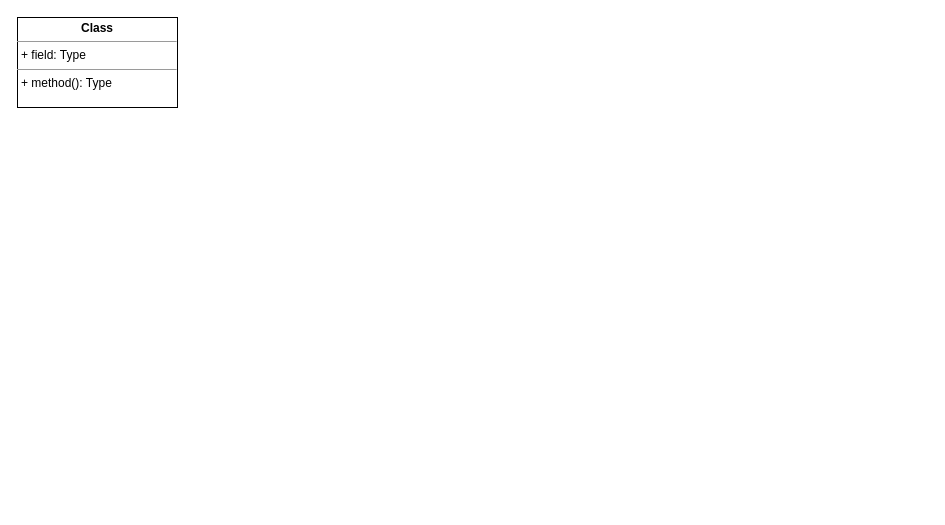
leonardosetti/FATECTq keeps this draw.io diagram as IES300/atividades/diagrama_de_classes/atv_diagrama_de_classes.drawio. Above is the earlier version. Source tidied: cells renumbered, new cells numbered last; positions are measured from the earlier drawing's top-left corner, leaving out a move shared by most shapes. Both pictures are drawn from the tidied source at 100%, with x=0, y=0 at pixel (17, 17).
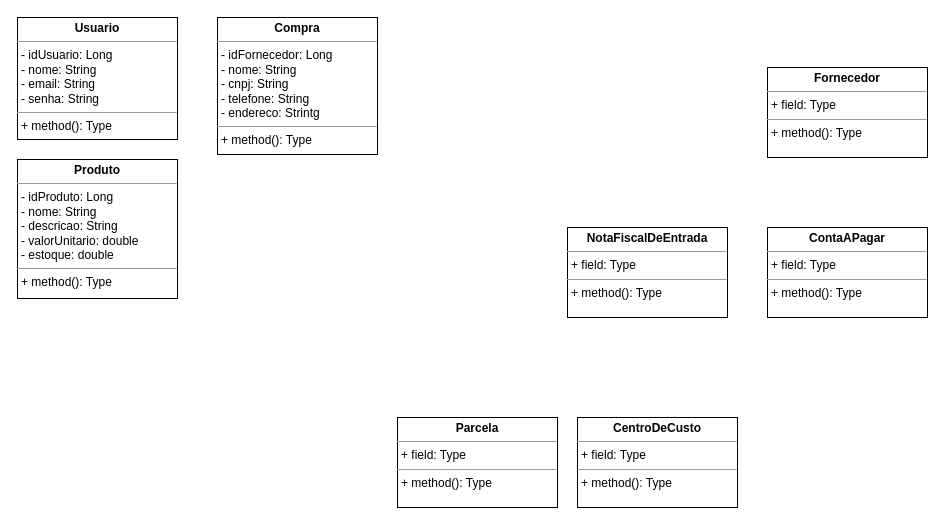
Above is the later version.

Change to the diagram source:
```diff
@@
 <mxGraphModel>
   <root>
     <mxCell id="0" />
     <mxCell id="1" parent="0" />
-    <mxCell id="2" value="&lt;p style=&quot;margin:0px;margin-top:4px;text-align:center;&quot;&gt;&lt;b&gt;Class&lt;/b&gt;&lt;/p&gt;&lt;hr size=&quot;1&quot;/&gt;&lt;p style=&quot;margin:0px;margin-left:4px;&quot;&gt;+ field: Type&lt;/p&gt;&lt;hr size=&quot;1&quot;/&gt;&lt;p style=&quot;margin:0px;margin-left:4px;&quot;&gt;+ method(): Type&lt;/p&gt;" style="verticalAlign=top;align=left;overflow=fill;fontSize=12;fontFamily=Helvetica;html=1;" parent="1" vertex="1">
-      <mxGeometry width="160" height="90" as="geometry" />
+    <mxCell id="2" value="&lt;p style=&quot;margin:0px;margin-top:4px;text-align:center;&quot;&gt;&lt;b&gt;Usuario&lt;/b&gt;&lt;/p&gt;&lt;hr size=&quot;1&quot;&gt;&lt;p style=&quot;margin:0px;margin-left:4px;&quot;&gt;- idUsuario: Long&lt;/p&gt;&lt;p style=&quot;margin:0px;margin-left:4px;&quot;&gt;- nome: String&lt;/p&gt;&lt;p style=&quot;margin:0px;margin-left:4px;&quot;&gt;- email: String&lt;/p&gt;&lt;p style=&quot;margin:0px;margin-left:4px;&quot;&gt;- senha: String&lt;/p&gt;&lt;hr size=&quot;1&quot;&gt;&lt;p style=&quot;margin:0px;margin-left:4px;&quot;&gt;+ method(): Type&lt;/p&gt;" style="verticalAlign=top;align=left;overflow=fill;fontSize=12;fontFamily=Helvetica;html=1;" parent="1" vertex="1">
+      <mxGeometry width="160" height="122" as="geometry" />
     </mxCell>
+    <mxCell id="3" value="&lt;p style=&quot;margin:0px;margin-top:4px;text-align:center;&quot;&gt;&lt;b&gt;Produto&lt;/b&gt;&lt;/p&gt;&lt;hr size=&quot;1&quot;&gt;&lt;p style=&quot;margin:0px;margin-left:4px;&quot;&gt;- idProduto: Long&lt;/p&gt;&lt;p style=&quot;margin:0px;margin-left:4px;&quot;&gt;- nome: String&lt;/p&gt;&lt;p style=&quot;margin:0px;margin-left:4px;&quot;&gt;- descricao: String&lt;/p&gt;&lt;p style=&quot;margin:0px;margin-left:4px;&quot;&gt;- valorUnitario: double&lt;/p&gt;&lt;p style=&quot;margin:0px;margin-left:4px;&quot;&gt;- estoque: double&lt;/p&gt;&lt;hr size=&quot;1&quot;&gt;&lt;p style=&quot;margin:0px;margin-left:4px;&quot;&gt;+ method(): Type&lt;/p&gt;" style="verticalAlign=top;align=left;overflow=fill;fontSize=12;fontFamily=Helvetica;html=1;" parent="1" vertex="1">
+      <mxGeometry y="142" width="160" height="139" as="geometry" />
+    </mxCell>
+    <mxCell id="4" value="&lt;p style=&quot;margin:0px;margin-top:4px;text-align:center;&quot;&gt;&lt;b&gt;Fornecedor&lt;/b&gt;&lt;/p&gt;&lt;hr size=&quot;1&quot;&gt;&lt;p style=&quot;margin:0px;margin-left:4px;&quot;&gt;+ field: Type&lt;/p&gt;&lt;hr size=&quot;1&quot;&gt;&lt;p style=&quot;margin:0px;margin-left:4px;&quot;&gt;+ method(): Type&lt;/p&gt;" style="verticalAlign=top;align=left;overflow=fill;fontSize=12;fontFamily=Helvetica;html=1;" parent="1" vertex="1">
+      <mxGeometry x="750" y="50" width="160" height="90" as="geometry" />
+    </mxCell>
+    <mxCell id="5" value="&lt;p style=&quot;margin:0px;margin-top:4px;text-align:center;&quot;&gt;&lt;b&gt;Compra&lt;/b&gt;&lt;/p&gt;&lt;hr size=&quot;1&quot;&gt;&lt;p style=&quot;margin:0px;margin-left:4px;&quot;&gt;- idFornecedor: Long&lt;/p&gt;&lt;p style=&quot;margin:0px;margin-left:4px;&quot;&gt;- nome: String&lt;/p&gt;&lt;p style=&quot;margin:0px;margin-left:4px;&quot;&gt;- cnpj: String&lt;/p&gt;&lt;p style=&quot;margin:0px;margin-left:4px;&quot;&gt;- telefone: String&lt;/p&gt;&lt;p style=&quot;margin:0px;margin-left:4px;&quot;&gt;- endereco: Strintg&lt;/p&gt;&lt;hr size=&quot;1&quot;&gt;&lt;p style=&quot;margin:0px;margin-left:4px;&quot;&gt;+ method(): Type&lt;/p&gt;" style="verticalAlign=top;align=left;overflow=fill;fontSize=12;fontFamily=Helvetica;html=1;" parent="1" vertex="1">
+      <mxGeometry x="200" width="160" height="137" as="geometry" />
+    </mxCell>
+    <mxCell id="6" value="&lt;p style=&quot;margin:0px;margin-top:4px;text-align:center;&quot;&gt;&lt;b&gt;NotaFiscalDeEntrada&lt;/b&gt;&lt;br&gt;&lt;/p&gt;&lt;hr size=&quot;1&quot;&gt;&lt;p style=&quot;margin:0px;margin-left:4px;&quot;&gt;+ field: Type&lt;/p&gt;&lt;hr size=&quot;1&quot;&gt;&lt;p style=&quot;margin:0px;margin-left:4px;&quot;&gt;+ method(): Type&lt;/p&gt;" style="verticalAlign=top;align=left;overflow=fill;fontSize=12;fontFamily=Helvetica;html=1;" parent="1" vertex="1">
+      <mxGeometry x="550" y="210" width="160" height="90" as="geometry" />
+    </mxCell>
+    <mxCell id="7" value="&lt;p style=&quot;margin:0px;margin-top:4px;text-align:center;&quot;&gt;&lt;b&gt;ContaAPagar&lt;/b&gt;&lt;br&gt;&lt;/p&gt;&lt;hr size=&quot;1&quot;&gt;&lt;p style=&quot;margin:0px;margin-left:4px;&quot;&gt;+ field: Type&lt;/p&gt;&lt;hr size=&quot;1&quot;&gt;&lt;p style=&quot;margin:0px;margin-left:4px;&quot;&gt;+ method(): Type&lt;/p&gt;" style="verticalAlign=top;align=left;overflow=fill;fontSize=12;fontFamily=Helvetica;html=1;" parent="1" vertex="1">
+      <mxGeometry x="750" y="210" width="160" height="90" as="geometry" />
+    </mxCell>
+    <mxCell id="8" value="&lt;p style=&quot;margin:0px;margin-top:4px;text-align:center;&quot;&gt;&lt;b&gt;Parcela&lt;/b&gt;&lt;br&gt;&lt;/p&gt;&lt;hr size=&quot;1&quot;&gt;&lt;p style=&quot;margin:0px;margin-left:4px;&quot;&gt;+ field: Type&lt;/p&gt;&lt;hr size=&quot;1&quot;&gt;&lt;p style=&quot;margin:0px;margin-left:4px;&quot;&gt;+ method(): Type&lt;/p&gt;" style="verticalAlign=top;align=left;overflow=fill;fontSize=12;fontFamily=Helvetica;html=1;" parent="1" vertex="1">
+      <mxGeometry x="380" y="400" width="160" height="90" as="geometry" />
+    </mxCell>
+    <mxCell id="9" value="&lt;p style=&quot;margin:0px;margin-top:4px;text-align:center;&quot;&gt;&lt;b&gt;CentroDeCusto&lt;/b&gt;&lt;br&gt;&lt;/p&gt;&lt;hr size=&quot;1&quot;&gt;&lt;p style=&quot;margin:0px;margin-left:4px;&quot;&gt;+ field: Type&lt;/p&gt;&lt;hr size=&quot;1&quot;&gt;&lt;p style=&quot;margin:0px;margin-left:4px;&quot;&gt;+ method(): Type&lt;/p&gt;" style="verticalAlign=top;align=left;overflow=fill;fontSize=12;fontFamily=Helvetica;html=1;" parent="1" vertex="1">
+      <mxGeometry x="560" y="400" width="160" height="90" as="geometry" />
+    </mxCell>
   </root>
 </mxGraphModel>
```
